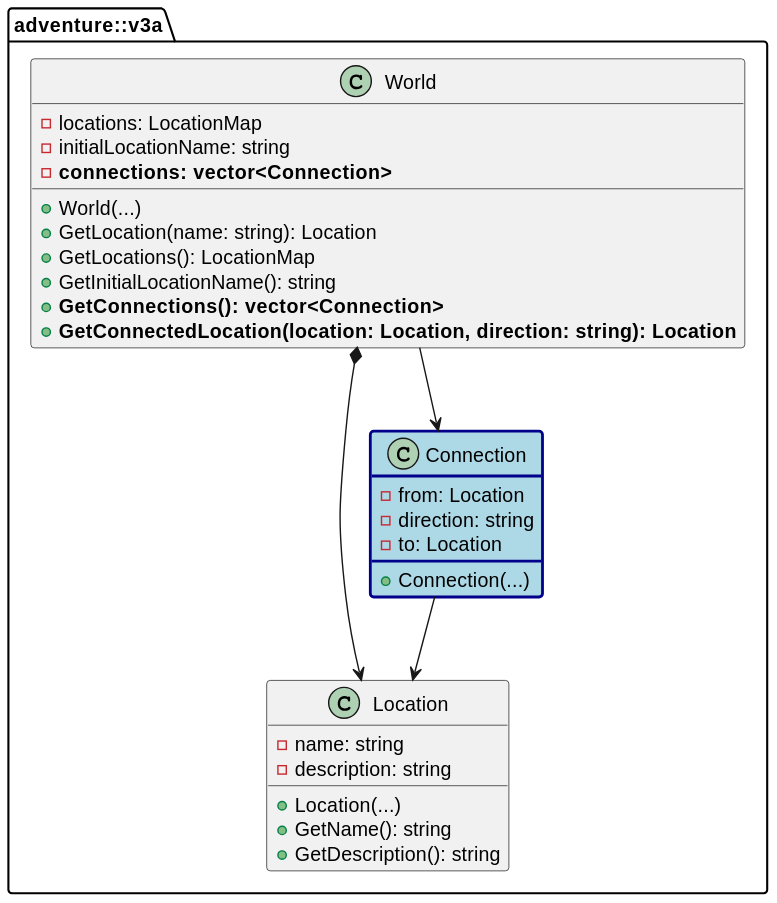
Coding-Academy-Munich/embedded-cpp-de keeps this PlantUML diagram as Cpp/Folien/Woche-2/img/adventure-v3a-overview.svg. Above is the earlier version.
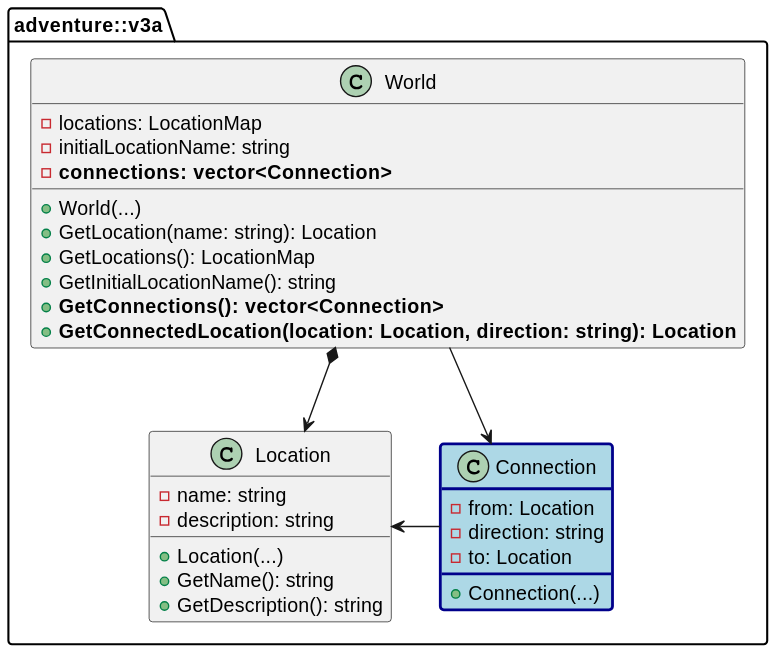
The same diagram one commit later.

Change to the diagram source:
```diff
@@ -28,8 +28,8 @@
         +<b>GetConnectedLocation(location: Location, direction: string): Location</b>
     }
 
-    World --> Connection
+    World -> Connection
+    Location <- Connection
     World *--> Location
-    Connection --> Location
 }
 @enduml
```
